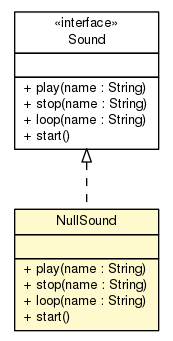
sinopeus/asteroids keeps this Graphviz diagram as doc/main/NullSound.png. Above is the earlier version. Its source is kept beside it as doc/main/NullSound.dot.
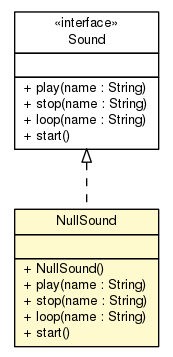
Above is the later version.

Diff of the diagram source:
```diff
@@ -4,7 +4,7 @@
 	node [fontname="Helvetica",fontsize=10,shape=plaintext];
 	nodesep=0.25;
 	ranksep=0.5;
-	c13166 [label=<<table title="main.Sound" border="0" cellborder="1" cellspacing="0" cellpadding="2" port="p" href="./Sound.html">
+	c13213 [label=<<table title="main.Sound" border="0" cellborder="1" cellspacing="0" cellpadding="2" port="p" href="./Sound.html">
 		<tr><td><table border="0" cellspacing="0" cellpadding="1">
 <tr><td align="center" balign="center"> &#171;interface&#187; </td></tr>
 <tr><td align="center" balign="center"> Sound </td></tr>
@@ -19,7 +19,7 @@
 <tr><td align="left" balign="left"> + start() </td></tr>
 		</table></td></tr>
 		</table>>, URL="./Sound.html", fontname="Helvetica", fontcolor="black", fontsize=10.0];
-	c13173 [label=<<table title="main.NullSound" border="0" cellborder="1" cellspacing="0" cellpadding="2" port="p" bgcolor="lemonChiffon" href="./NullSound.html">
+	c13220 [label=<<table title="main.NullSound" border="0" cellborder="1" cellspacing="0" cellpadding="2" port="p" bgcolor="lemonChiffon" href="./NullSound.html">
 		<tr><td><table border="0" cellspacing="0" cellpadding="1">
 <tr><td align="center" balign="center"> NullSound </td></tr>
 		</table></td></tr>
@@ -27,11 +27,12 @@
 <tr><td align="left" balign="left">  </td></tr>
 		</table></td></tr>
 		<tr><td><table border="0" cellspacing="0" cellpadding="1">
+<tr><td align="left" balign="left"> + NullSound() </td></tr>
 <tr><td align="left" balign="left"> + play(name : String) </td></tr>
 <tr><td align="left" balign="left"> + stop(name : String) </td></tr>
 <tr><td align="left" balign="left"> + loop(name : String) </td></tr>
 <tr><td align="left" balign="left"> + start() </td></tr>
 		</table></td></tr>
 		</table>>, URL="./NullSound.html", fontname="Helvetica", fontcolor="black", fontsize=10.0];
-	c13166:p -> c13173:p [dir=back,arrowtail=empty,style=dashed];
+	c13213:p -> c13220:p [dir=back,arrowtail=empty,style=dashed];
 }
```
